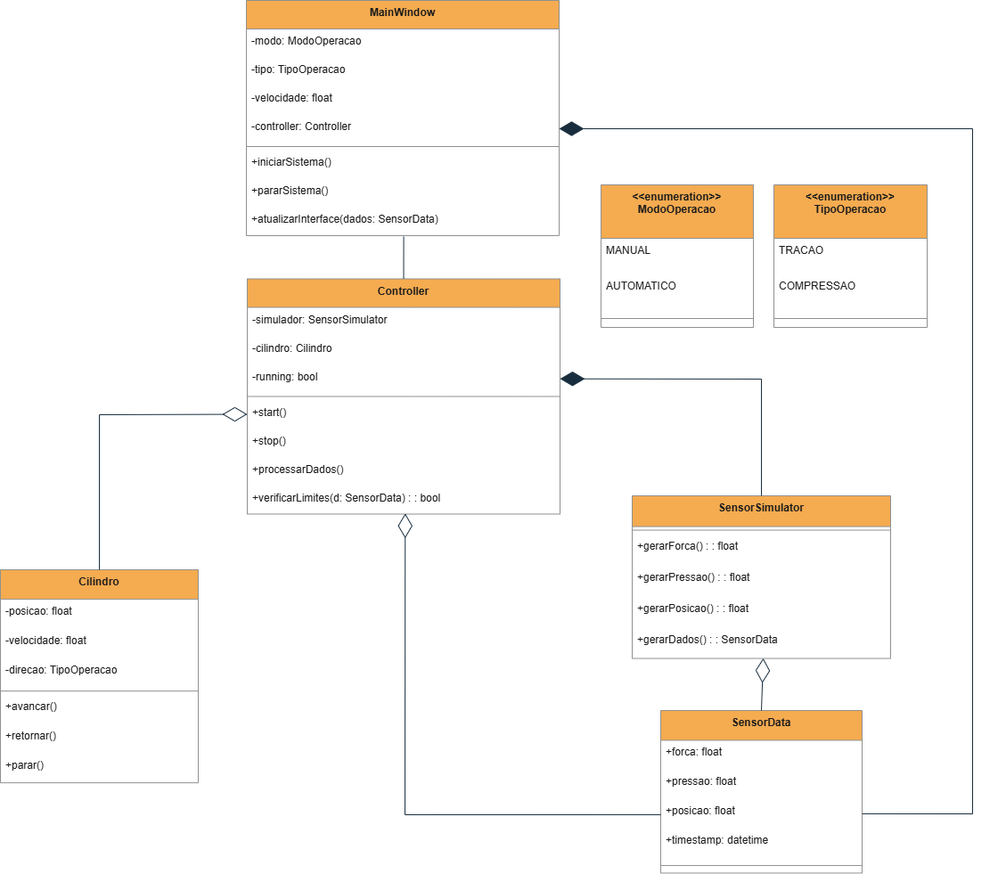
Earlier version of the draw.io export docs/UML/Diagrama_Classe_R00.png (lorenzonia/project_POO_Lorenzoni). Source tidied: cells renumbered, new cells last; positions are measured from the earlier drawing's top-left corner, leaving out a move shared by most shapes.
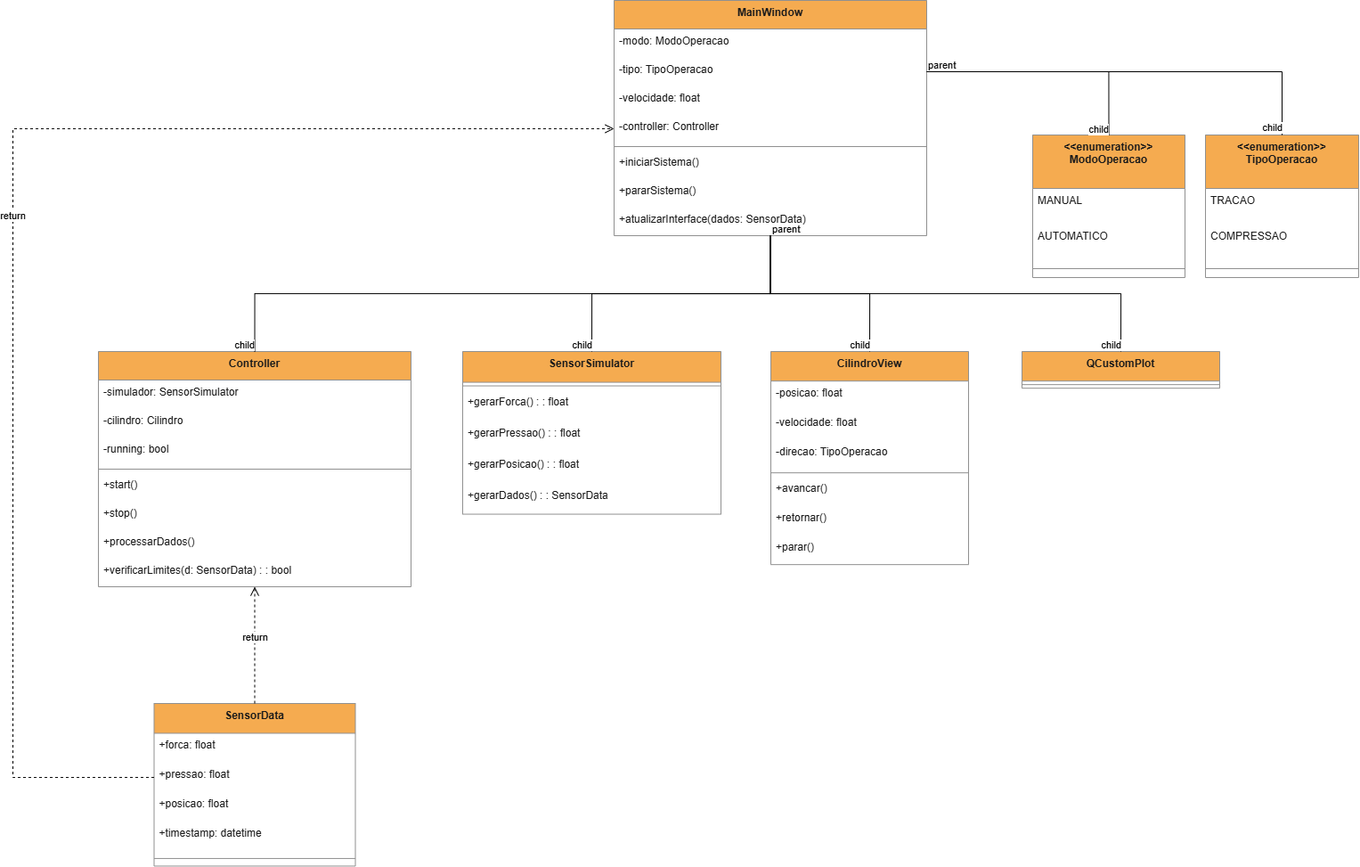
The same file after the commit.

What changed in the source:
```diff
@@ -26,11 +26,11 @@
     <mxCell id="9" value="+pararSistema()" style="text;strokeColor=none;fillColor=none;align=left;verticalAlign=top;spacingLeft=4;spacingRight=4;overflow=hidden;labelBackgroundColor=none;fontColor=#1A1A1A;" parent="2" vertex="1">
       <mxGeometry y="200" width="351" height="32" as="geometry" />
     </mxCell>
-    <mxCell id="10" value="+atualizarInterface(dados: SensorData)" style="text;strokeColor=none;fillColor=none;align=left;verticalAlign=top;spacingLeft=4;spacingRight=4;overflow=hidden;points=[[0,0.5],[1,0.5]];portConstraint=eastwest;labelBackgroundColor=none;fontColor=#1A1A1A;" parent="2" vertex="1">
+    <mxCell id="10" value="+atualizarInterface(dados: SensorData)" style="text;strokeColor=none;fillColor=none;align=left;verticalAlign=top;spacingLeft=4;spacingRight=4;overflow=hidden;points=[[0,0.5,0,0,0],[0.5,1,0,0,0],[1,0.5,0,0,0]];portConstraint=eastwest;labelBackgroundColor=none;fontColor=#1A1A1A;" parent="2" vertex="1">
       <mxGeometry y="232" width="351" height="32" as="geometry" />
     </mxCell>
     <mxCell id="11" value="Controller" style="swimlane;fontStyle=1;align=center;verticalAlign=top;horizontal=1;startSize=32;fillColor=#F5AB50;strokeColor=#909090;fontColor=#1A1A1A;labelBackgroundColor=none;" parent="1" vertex="1">
-      <mxGeometry x="277" y="312.5" width="351" height="264" as="geometry" />
+      <mxGeometry x="-303" y="394" width="351" height="264" as="geometry" />
     </mxCell>
     <mxCell id="12" value="-simulador: SensorSimulator" style="text;strokeColor=none;fillColor=none;align=left;verticalAlign=top;spacingLeft=4;spacingRight=4;overflow=hidden;labelBackgroundColor=none;fontColor=#1A1A1A;" parent="11" vertex="1">
       <mxGeometry y="32" width="351" height="32" as="geometry" />
@@ -53,11 +53,11 @@
     <mxCell id="18" value="+processarDados()" style="text;strokeColor=none;fillColor=none;align=left;verticalAlign=top;spacingLeft=4;spacingRight=4;overflow=hidden;labelBackgroundColor=none;fontColor=#1A1A1A;" parent="11" vertex="1">
       <mxGeometry y="200" width="351" height="32" as="geometry" />
     </mxCell>
-    <mxCell id="19" value="+verificarLimites(d: SensorData) : : bool" style="text;strokeColor=none;fillColor=none;align=left;verticalAlign=top;spacingLeft=4;spacingRight=4;overflow=hidden;points=[[0,0.5],[1,0.5]];portConstraint=eastwest;labelBackgroundColor=none;fontColor=#1A1A1A;" parent="11" vertex="1">
+    <mxCell id="19" value="+verificarLimites(d: SensorData) : : bool" style="text;strokeColor=none;fillColor=none;align=left;verticalAlign=top;spacingLeft=4;spacingRight=4;overflow=hidden;points=[[0,0.5,0,0,0],[0.5,1,0,0,0],[1,0.5,0,0,0]];portConstraint=eastwest;labelBackgroundColor=none;fontColor=#1A1A1A;" parent="11" vertex="1">
       <mxGeometry y="232" width="351" height="32" as="geometry" />
     </mxCell>
     <mxCell id="20" value="SensorSimulator" style="swimlane;fontStyle=1;align=center;verticalAlign=top;horizontal=1;startSize=34.54545454545455;fillColor=#F5AB50;strokeColor=#909090;fontColor=#1A1A1A;labelBackgroundColor=none;" parent="1" vertex="1">
-      <mxGeometry x="709" y="556" width="290" height="182.5" as="geometry" />
+      <mxGeometry x="106" y="394" width="290" height="182.5" as="geometry" />
     </mxCell>
     <mxCell id="21" style="line;strokeWidth=1;fillColor=none;align=left;verticalAlign=middle;spacingTop=-1;spacingLeft=3;spacingRight=3;labelPosition=right;strokeColor=#909090;labelBackgroundColor=none;fontColor=#1A1A1A;" parent="20" vertex="1">
       <mxGeometry y="34.5" width="290" height="8" as="geometry" />
@@ -75,7 +75,7 @@
       <mxGeometry y="147.5" width="290" height="35" as="geometry" />
     </mxCell>
     <mxCell id="26" value="SensorData" style="swimlane;fontStyle=1;align=center;verticalAlign=top;horizontal=1;startSize=33.45454545454545;fillColor=#F5AB50;strokeColor=#909090;fontColor=#1A1A1A;labelBackgroundColor=none;" parent="1" vertex="1">
-      <mxGeometry x="741" y="797" width="226" height="182.5" as="geometry" />
+      <mxGeometry x="-240.5" y="789" width="226" height="182.5" as="geometry" />
     </mxCell>
     <mxCell id="27" value="+forca: float" style="text;strokeColor=none;fillColor=none;align=left;verticalAlign=top;spacingLeft=4;spacingRight=4;overflow=hidden;labelBackgroundColor=none;fontColor=#1A1A1A;" parent="26" vertex="1">
       <mxGeometry y="33.5" width="226" height="33" as="geometry" />
@@ -92,8 +92,8 @@
     <mxCell id="31" style="line;strokeWidth=1;fillColor=none;align=left;verticalAlign=middle;spacingTop=-1;spacingLeft=3;spacingRight=3;labelPosition=right;strokeColor=#909090;labelBackgroundColor=none;fontColor=#1A1A1A;" parent="26" vertex="1">
       <mxGeometry y="165.5" width="226" height="17" as="geometry" />
     </mxCell>
-    <mxCell id="32" value="Cilindro" style="swimlane;fontStyle=1;align=center;verticalAlign=top;horizontal=1;startSize=33.142857142857146;fillColor=#F5AB50;strokeColor=#909090;fontColor=#1A1A1A;labelBackgroundColor=none;" parent="1" vertex="1">
-      <mxGeometry y="639" width="222" height="239.1" as="geometry" />
+    <mxCell id="32" value="CilindroView" style="swimlane;fontStyle=1;align=center;verticalAlign=top;horizontal=1;startSize=33.142857142857146;fillColor=#F5AB50;strokeColor=#909090;fontColor=#1A1A1A;labelBackgroundColor=none;" parent="1" vertex="1">
+      <mxGeometry x="452" y="394" width="222" height="239.1" as="geometry" />
     </mxCell>
     <mxCell id="33" value="-posicao: float" style="text;strokeColor=none;fillColor=none;align=left;verticalAlign=top;spacingLeft=4;spacingRight=4;overflow=hidden;labelBackgroundColor=none;fontColor=#1A1A1A;" parent="32" vertex="1">
       <mxGeometry y="33.1" width="222" height="33" as="geometry" />
@@ -117,7 +117,7 @@
       <mxGeometry y="206.1" width="222" height="33" as="geometry" />
     </mxCell>
     <mxCell id="40" value="&lt;&lt;enumeration&gt;&gt;&#10;ModoOperacao" style="swimlane;fontStyle=1;align=center;verticalAlign=top;horizontal=1;startSize=60;fillColor=#F5AB50;strokeColor=#909090;fontColor=#1A1A1A;fillStyle=solid;labelBackgroundColor=none;" parent="1" vertex="1">
-      <mxGeometry x="674" y="207" width="171" height="160" as="geometry" />
+      <mxGeometry x="746" y="151" width="171" height="160" as="geometry" />
     </mxCell>
     <mxCell id="41" value="MANUAL" style="text;strokeColor=none;fillColor=none;align=left;verticalAlign=top;spacingLeft=4;spacingRight=4;overflow=hidden;labelBackgroundColor=none;fontColor=#1A1A1A;" parent="40" vertex="1">
       <mxGeometry y="60" width="171" height="40" as="geometry" />
@@ -129,7 +129,7 @@
       <mxGeometry y="140" width="171" height="20" as="geometry" />
     </mxCell>
     <mxCell id="44" value="&lt;&lt;enumeration&gt;&gt;&#10;TipoOperacao" style="swimlane;fontStyle=1;align=center;verticalAlign=top;horizontal=1;startSize=60;fillColor=#F5AB50;strokeColor=#909090;fontColor=#1A1A1A;labelBackgroundColor=none;" parent="1" vertex="1">
-      <mxGeometry x="868" y="207" width="172" height="160" as="geometry" />
+      <mxGeometry x="940" y="151" width="172" height="160" as="geometry" />
     </mxCell>
     <mxCell id="45" value="TRACAO" style="text;strokeColor=none;fillColor=none;align=left;verticalAlign=top;spacingLeft=4;spacingRight=4;overflow=hidden;labelBackgroundColor=none;fontColor=#1A1A1A;" parent="44" vertex="1">
       <mxGeometry y="60" width="172" height="40" as="geometry" />
@@ -140,42 +140,76 @@
     <mxCell id="47" style="line;strokeWidth=1;fillColor=none;align=left;verticalAlign=middle;spacingTop=-1;spacingLeft=3;spacingRight=3;labelPosition=right;strokeColor=#909090;labelBackgroundColor=none;fontColor=#1A1A1A;" parent="44" vertex="1">
       <mxGeometry y="140" width="172" height="20" as="geometry" />
     </mxCell>
+    <mxCell id="54" value="QCustomPlot" style="swimlane;fontStyle=1;align=center;verticalAlign=top;horizontal=1;startSize=33.142857142857146;fillColor=#F5AB50;strokeColor=#909090;fontColor=#1A1A1A;labelBackgroundColor=none;" parent="1" vertex="1">
+      <mxGeometry x="734" y="394" width="222" height="41.1" as="geometry" />
+    </mxCell>
+    <mxCell id="55" style="line;strokeWidth=1;fillColor=none;align=left;verticalAlign=middle;spacingTop=-1;spacingLeft=3;spacingRight=3;labelPosition=right;strokeColor=#909090;labelBackgroundColor=none;fontColor=#1A1A1A;" parent="54" vertex="1">
+      <mxGeometry y="33.1" width="222" height="8" as="geometry" />
+    </mxCell>
+    <mxCell id="56" style="endArrow=none;html=1;edgeStyle=orthogonalEdgeStyle;rounded=0;strokeColor=#000000;exitX=1;exitY=0.5;exitDx=0;exitDy=0;entryX=0.5;entryY=0;entryDx=0;entryDy=0;" parent="1" edge="1" source="4" target="44">
+      <mxGeometry relative="1" as="geometry" />
+    </mxCell>
+    <mxCell id="57" value="parent" style="edgeLabel;html=1;align=left;verticalAlign=bottom;" parent="56" vertex="1">
+      <mxGeometry x="-1" relative="1" as="geometry" />
+    </mxCell>
+    <mxCell id="58" value="child" style="edgeLabel;html=1;align=right;verticalAlign=bottom;" parent="56" vertex="1">
+      <mxGeometry x="1" relative="1" as="geometry" />
+    </mxCell>
+    <mxCell id="59" style="endArrow=none;html=1;edgeStyle=orthogonalEdgeStyle;rounded=0;strokeColor=#000000;exitX=1;exitY=0.5;exitDx=0;exitDy=0;entryX=0.5;entryY=0;entryDx=0;entryDy=0;" parent="1" edge="1" source="4" target="40">
+      <mxGeometry relative="1" as="geometry" />
+    </mxCell>
+    <mxCell id="60" value="parent" style="edgeLabel;html=1;align=left;verticalAlign=bottom;" parent="59" vertex="1">
+      <mxGeometry x="-1" relative="1" as="geometry" />
+    </mxCell>
+    <mxCell id="61" value="child" style="edgeLabel;html=1;align=right;verticalAlign=bottom;" parent="59" vertex="1">
+      <mxGeometry x="1" relative="1" as="geometry" />
+    </mxCell>
-    <mxCell id="48" style="endArrow=none;html=1;rounded=0;strokeColor=#182E3E;fontColor=#1A1A1A;entryX=0.5;entryY=0;entryDx=0;entryDy=0;exitX=0.503;exitY=1.031;exitDx=0;exitDy=0;exitPerimeter=0;" parent="1" edge="1" source="10" target="11">
+    <mxCell id="48" style="endArrow=none;html=1;edgeStyle=orthogonalEdgeStyle;rounded=0;exitX=0.5;exitY=1;exitDx=0;exitDy=0;exitPerimeter=0;strokeColor=#000000;entryX=0.5;entryY=0;entryDx=0;entryDy=0;" parent="1" edge="1" source="10" target="11">
       <mxGeometry relative="1" as="geometry" />
     </mxCell>
-    <mxCell id="49" style="endArrow=diamondThin;html=1;rounded=0;strokeColor=#182E3E;fontColor=#1A1A1A;exitX=0.5;exitY=0;exitDx=0;exitDy=0;startArrow=none;startFill=0;endFill=1;startSize=6;endSize=25;" parent="1" edge="1" source="20" target="14">
-      <mxGeometry relative="1" as="geometry">
-        <Array as="points">
-          <mxPoint x="854" y="425" />
-        </Array>
-      </mxGeometry>
-    </mxCell>
-    <mxCell id="50" style="endArrow=none;startArrow=diamondThin;html=1;rounded=0;strokeColor=#182E3E;fontColor=#1A1A1A;entryX=0.5;entryY=0;entryDx=0;entryDy=0;exitX=0.507;exitY=0.992;exitDx=0;exitDy=0;exitPerimeter=0;startFill=0;endFill=0;startSize=25;" parent="1" edge="1" source="25" target="26">
-      <mxGeometry relative="1" as="geometry" />
-    </mxCell>
-    <mxCell id="51" style="endArrow=diamondThin;html=1;rounded=0;strokeColor=#182E3E;fontColor=#1A1A1A;exitX=0.5;exitY=0;exitDx=0;exitDy=0;entryX=0;entryY=0.5;entryDx=0;entryDy=0;startArrow=none;startFill=0;endFill=0;endSize=25;" parent="1" edge="1" source="32" target="16">
-      <mxGeometry relative="1" as="geometry">
-        <Array as="points">
-          <mxPoint x="111" y="465" />
-        </Array>
-      </mxGeometry>
-    </mxCell>
-    <mxCell id="52" style="endArrow=diamondThin;html=1;rounded=0;strokeColor=#182E3E;fontColor=#1A1A1A;exitX=1;exitY=0.5;exitDx=0;exitDy=0;entryX=1;entryY=0.5;entryDx=0;entryDy=0;startArrow=none;startFill=0;endFill=1;endSize=25;" parent="1" edge="1" source="29" target="6">
-      <mxGeometry relative="1" as="geometry">
-        <Array as="points">
-          <mxPoint x="1091" y="913" />
-          <mxPoint x="1091" y="144" />
-        </Array>
-      </mxGeometry>
-    </mxCell>
-    <mxCell id="53" style="endArrow=none;html=1;rounded=0;strokeColor=#182E3E;fontColor=#1A1A1A;entryX=0;entryY=0.5;entryDx=0;entryDy=0;exitX=0.505;exitY=0.946;exitDx=0;exitDy=0;exitPerimeter=0;curved=0;endFill=0;startArrow=diamondThin;startFill=0;startSize=25;" parent="1" edge="1">
-      <mxGeometry relative="1" as="geometry">
-        <mxPoint x="454.3" y="575.8" as="sourcePoint" />
-        <mxPoint x="741" y="914" as="targetPoint" />
-        <Array as="points">
-          <mxPoint x="454" y="914" />
-        </Array>
-      </mxGeometry>
-    </mxCell>
+    <mxCell id="62" value="parent" style="edgeLabel;html=1;align=left;verticalAlign=bottom;" parent="48" vertex="1">
+      <mxGeometry x="-1" relative="1" as="geometry" />
+    </mxCell>
+    <mxCell id="63" value="child" style="edgeLabel;html=1;align=right;verticalAlign=bottom;" parent="48" vertex="1">
+      <mxGeometry x="1" relative="1" as="geometry" />
+    </mxCell>
+    <mxCell id="64" style="endArrow=none;html=1;edgeStyle=orthogonalEdgeStyle;rounded=0;strokeColor=#000000;exitX=0.5;exitY=1;exitDx=0;exitDy=0;exitPerimeter=0;entryX=0.5;entryY=0;entryDx=0;entryDy=0;" parent="1" edge="1" source="10" target="20">
+      <mxGeometry relative="1" as="geometry" />
+    </mxCell>
+    <mxCell id="65" value="parent" style="edgeLabel;html=1;align=left;verticalAlign=bottom;" parent="64" vertex="1">
+      <mxGeometry x="-1" relative="1" as="geometry" />
+    </mxCell>
+    <mxCell id="66" value="child" style="edgeLabel;html=1;align=right;verticalAlign=bottom;" parent="64" vertex="1">
+      <mxGeometry x="1" relative="1" as="geometry" />
+    </mxCell>
+    <mxCell id="67" style="endArrow=none;html=1;edgeStyle=orthogonalEdgeStyle;rounded=0;strokeColor=#000000;exitX=0.5;exitY=1;exitDx=0;exitDy=0;exitPerimeter=0;entryX=0.5;entryY=0;entryDx=0;entryDy=0;" parent="1" edge="1" source="10" target="54">
+      <mxGeometry relative="1" as="geometry" />
+    </mxCell>
+    <mxCell id="68" value="parent" style="edgeLabel;html=1;align=left;verticalAlign=bottom;" parent="67" vertex="1">
+      <mxGeometry x="-1" relative="1" as="geometry" />
+    </mxCell>
+    <mxCell id="69" value="child" style="edgeLabel;html=1;align=right;verticalAlign=bottom;" parent="67" vertex="1">
+      <mxGeometry x="1" relative="1" as="geometry" />
+    </mxCell>
+    <mxCell id="70" style="endArrow=none;html=1;edgeStyle=orthogonalEdgeStyle;rounded=0;strokeColor=#000000;exitX=0.5;exitY=1;exitDx=0;exitDy=0;exitPerimeter=0;entryX=0.5;entryY=0;entryDx=0;entryDy=0;" parent="1" edge="1" source="10" target="32">
+      <mxGeometry relative="1" as="geometry" />
+    </mxCell>
+    <mxCell id="71" value="parent" style="edgeLabel;html=1;align=left;verticalAlign=bottom;" parent="70" vertex="1">
+      <mxGeometry x="-1" relative="1" as="geometry" />
+    </mxCell>
+    <mxCell id="72" value="child" style="edgeLabel;html=1;align=right;verticalAlign=bottom;" parent="70" vertex="1">
+      <mxGeometry x="1" relative="1" as="geometry" />
+    </mxCell>
+    <mxCell id="73" value="return" style="html=1;verticalAlign=bottom;endArrow=open;dashed=1;endSize=8;curved=0;rounded=0;strokeColor=#000000;entryX=0.5;entryY=1;entryDx=0;entryDy=0;entryPerimeter=0;exitX=0.5;exitY=0;exitDx=0;exitDy=0;" parent="1" edge="1" source="26" target="19">
+      <mxGeometry relative="1" as="geometry" />
+    </mxCell>
+    <mxCell id="74" value="return" style="html=1;verticalAlign=bottom;endArrow=open;dashed=1;endSize=8;curved=0;rounded=0;strokeColor=#000000;entryX=0;entryY=0.5;entryDx=0;entryDy=0;exitX=0;exitY=0.5;exitDx=0;exitDy=0;" parent="1" edge="1" source="28" target="6">
+      <mxGeometry relative="1" as="geometry">
+        <Array as="points">
+          <mxPoint x="-399" y="872" />
+          <mxPoint x="-399" y="144" />
+        </Array>
+      </mxGeometry>
+    </mxCell>
   </root>
 </mxGraphModel>
```
